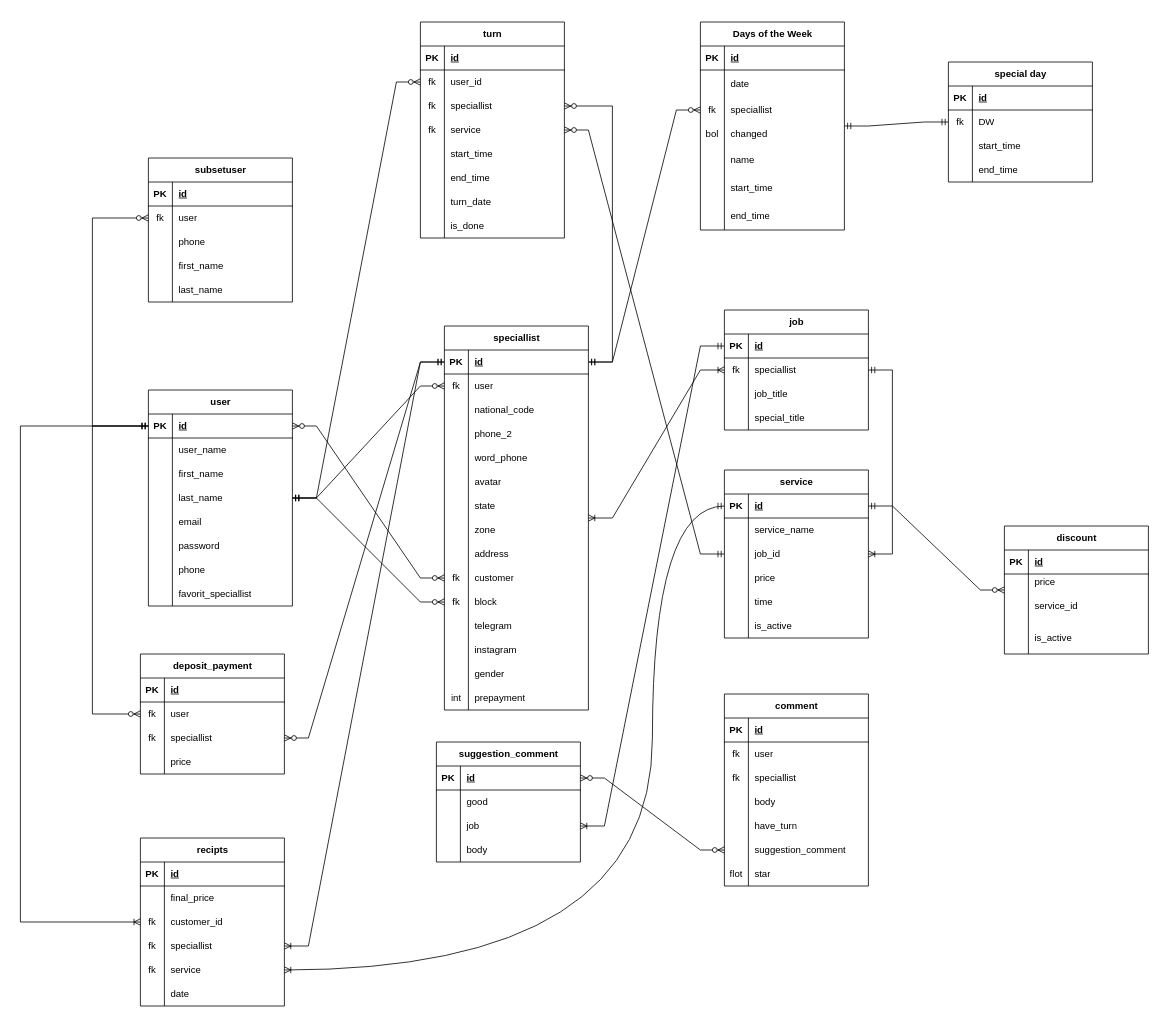
The draw.io diagram Untitled Diagram.drawio in mahdizo3181/downloader, before the edit. Source tidied: cells renumbered, new cells numbered last; positions are measured from the earlier drawing's top-left corner, leaving out a move shared by most shapes. Both pictures are drawn from the tidied source at 80%, with x=0, y=0 at pixel (20, 22).
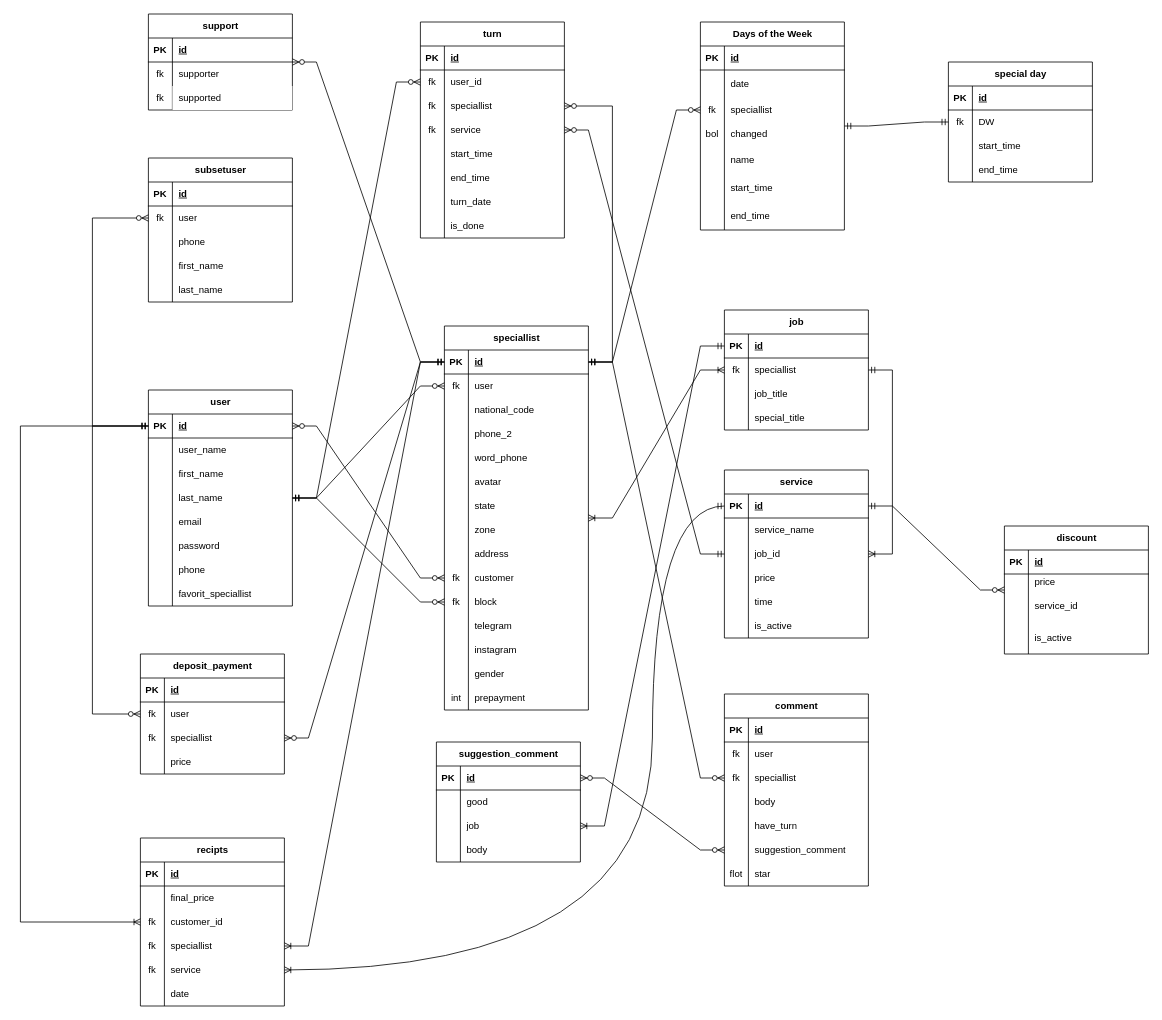
After the change.

Unchanged cells that the change refers to:
```xml
<mxCell id="3" style="shape=tableRow;horizontal=0;startSize=0;swimlaneHead=0;swimlaneBody=0;fillColor=none;points=[[0,0.5],[1,0.5]];portConstraint=eastwest;top=0;left=0;right=0;bottom=1;" parent="2" vertex="1">
  <mxGeometry y="30" width="180" height="30" as="geometry" />
</mxCell>
<mxCell id="115" style="shape=tableRow;horizontal=0;startSize=0;swimlaneHead=0;swimlaneBody=0;fillColor=none;points=[[0,0.5],[1,0.5]];portConstraint=eastwest;top=0;left=0;right=0;bottom=0;" parent="108" vertex="1">
  <mxGeometry y="90" width="180" height="30" as="geometry" />
</mxCell>
```

Diff of the diagram source:
```diff
@@
+    <mxCell id="280" value="support" style="shape=table;startSize=30;childLayout=tableLayout;rowLines=0;fontStyle=1;align=center;html=1;" parent="1" vertex="1">
+      <mxGeometry x="160" y="-10" width="180" height="120" as="geometry" />
+    </mxCell>
+    <mxCell id="281" style="shape=tableRow;horizontal=0;startSize=0;swimlaneHead=0;swimlaneBody=0;fillColor=none;top=0;left=0;right=0;bottom=1;" parent="280" vertex="1">
+      <mxGeometry y="30" width="180" height="30" as="geometry" />
+    </mxCell>
+    <mxCell id="282" value="PK" style="shape=partialRectangle;fillColor=none;top=0;left=0;bottom=0;right=0;fontStyle=1;overflow=hidden;whiteSpace=wrap;html=1;" parent="281" vertex="1">
+      <mxGeometry width="30" height="30" as="geometry" />
+    </mxCell>
+    <mxCell id="283" value="id" style="shape=partialRectangle;fillColor=none;top=0;left=0;bottom=0;right=0;align=left;spacingLeft=6;fontStyle=5;overflow=hidden;whiteSpace=wrap;html=1;" parent="281" vertex="1">
+      <mxGeometry x="30" width="150" height="30" as="geometry" />
+    </mxCell>
+    <mxCell id="284" style="shape=tableRow;horizontal=0;startSize=0;swimlaneHead=0;swimlaneBody=0;fillColor=none;top=0;left=0;right=0;bottom=0;" parent="280" vertex="1">
+      <mxGeometry y="60" width="180" height="30" as="geometry" />
+    </mxCell>
+    <mxCell id="285" value="fk" style="shape=partialRectangle;fillColor=none;top=0;left=0;bottom=0;right=0;overflow=hidden;whiteSpace=wrap;html=1;" parent="284" vertex="1">
+      <mxGeometry width="30" height="30" as="geometry" />
+    </mxCell>
+    <mxCell id="286" value="supporter" style="shape=partialRectangle;fillColor=none;top=0;left=0;bottom=0;right=0;align=left;spacingLeft=6;overflow=hidden;whiteSpace=wrap;html=1;" parent="284" vertex="1">
+      <mxGeometry x="30" width="150" height="30" as="geometry" />
+    </mxCell>
+    <mxCell id="287" style="shape=tableRow;horizontal=0;startSize=0;swimlaneHead=0;swimlaneBody=0;fillColor=none;top=0;left=0;right=0;bottom=0;" parent="280" vertex="1">
+      <mxGeometry y="90" width="180" height="30" as="geometry" />
+    </mxCell>
+    <mxCell id="288" value="fk" style="shape=partialRectangle;fillColor=none;top=0;left=0;bottom=0;right=0;overflow=hidden;whiteSpace=wrap;html=1;" parent="287" vertex="1">
+      <mxGeometry width="30" height="30" as="geometry" />
+    </mxCell>
+    <mxCell id="289" value="supported" style="shape=partialRectangle;top=0;left=0;bottom=0;right=0;align=left;spacingLeft=6;overflow=hidden;whiteSpace=wrap;html=1;" parent="287" vertex="1">
+      <mxGeometry x="30" width="150" height="30" as="geometry" />
+    </mxCell>
+    <mxCell id="290" style="edgeStyle=entityRelationEdgeStyle;fontSize=12;html=1;endArrow=ERzeroToMany;startArrow=ERmandOne;rounded=0;" parent="1" edge="1" source="3" target="280">
+      <mxGeometry relative="1" as="geometry" />
+    </mxCell>
+    <mxCell id="291" style="edgeStyle=entityRelationEdgeStyle;fontSize=12;html=1;endArrow=ERzeroToMany;startArrow=ERmandOne;rounded=0;" parent="1" edge="1" source="3" target="115">
+      <mxGeometry relative="1" as="geometry">
+        <Array as="points">
+          <mxPoint x="640" y="720" />
+        </Array>
+      </mxGeometry>
+    </mxCell>
```
